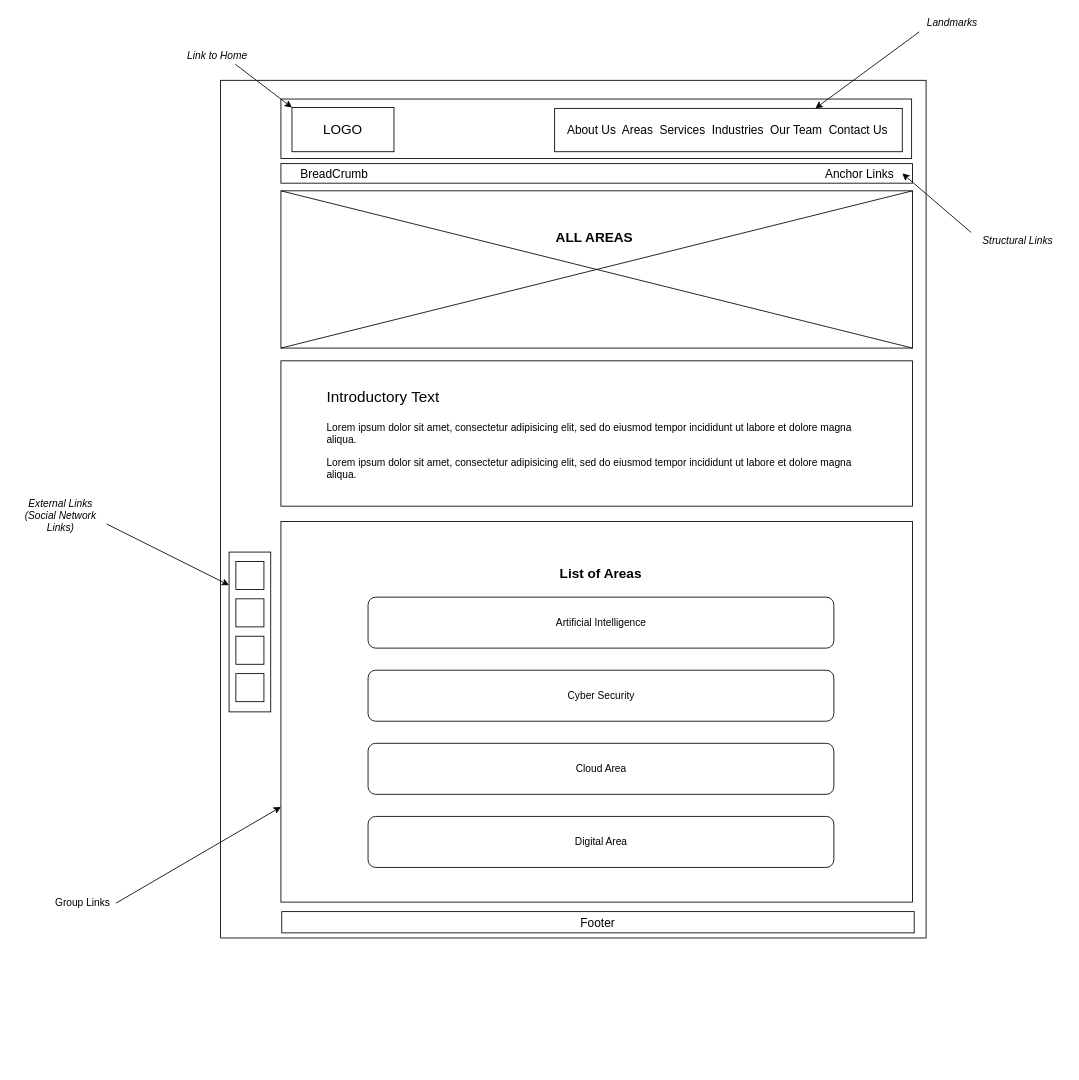
Before: Design Documents/Wireframes/AllAreas.drawio in manzomanze/HypermediaApplicationsProject-Manzella-Messuti-Pelagatti-Pellizzer, a draw.io diagram. Source tidied: cells renumbered, new cells numbered last; positions are measured from the earlier drawing's top-left corner, leaving out a move shared by most shapes. Both pictures are drawn from the tidied source at 85%, with x=0, y=0 at pixel (14, 14).
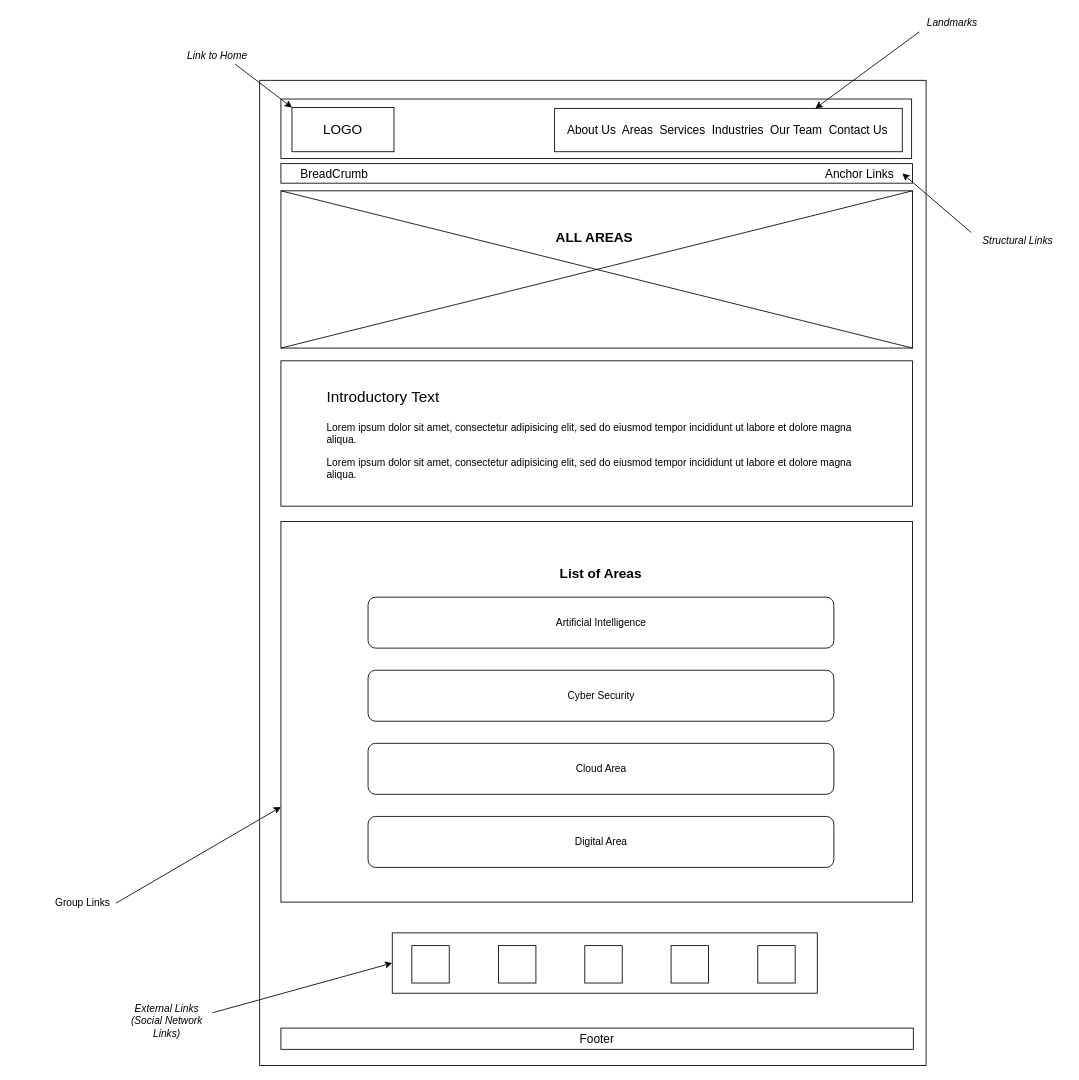
The same page after the edit.

The edit, as a diff of the source:
```diff
@@
     <mxCell id="2" style="rounded=0;whiteSpace=wrap;html=1;fillColor=none;" parent="1" vertex="1">
-      <mxGeometry x="242" y="77" width="830" height="1009" as="geometry" />
+      <mxGeometry x="288" y="77" width="784" height="1159" as="geometry" />
     </mxCell>
@@
     <mxCell id="24" value="&lt;font style=&quot;font-size: 14px&quot;&gt;Footer&lt;/font&gt;" style="rounded=0;whiteSpace=wrap;html=1;strokeColor=#000000;fillColor=none;" parent="1" vertex="1">
-      <mxGeometry x="314" y="1055" width="744" height="25" as="geometry" />
+      <mxGeometry x="313" y="1192" width="744" height="25" as="geometry" />
     </mxCell>
-    <mxCell id="25" style="rounded=0;whiteSpace=wrap;html=1;strokeColor=#000000;fillColor=none;" parent="1" vertex="1">
-      <mxGeometry x="252" y="632" width="49" height="188" as="geometry" />
-    </mxCell>
-    <mxCell id="26" style="whiteSpace=wrap;html=1;strokeColor=#000000;fillColor=none;" parent="1" vertex="1">
-      <mxGeometry x="260" y="643" width="33" height="33" as="geometry" />
-    </mxCell>
-    <mxCell id="27" style="whiteSpace=wrap;html=1;strokeColor=#000000;fillColor=none;" parent="1" vertex="1">
-      <mxGeometry x="260" y="687" width="33" height="33" as="geometry" />
-    </mxCell>
-    <mxCell id="28" style="whiteSpace=wrap;html=1;strokeColor=#000000;fillColor=none;" parent="1" vertex="1">
-      <mxGeometry x="260" y="731" width="33" height="33" as="geometry" />
-    </mxCell>
-    <mxCell id="29" style="whiteSpace=wrap;html=1;strokeColor=#000000;fillColor=none;" parent="1" vertex="1">
-      <mxGeometry x="260" y="775" width="33" height="33" as="geometry" />
-    </mxCell>
-    <mxCell id="30" value="&lt;i&gt;External Links (Social Network Links)&lt;/i&gt;" style="text;html=1;strokeColor=none;fillColor=none;align=center;verticalAlign=middle;whiteSpace=wrap;rounded=0;" parent="1" vertex="1">
-      <mxGeometry y="579" width="108" height="20" as="geometry" />
-    </mxCell>
-    <mxCell id="31" style="endArrow=classic;html=1;entryX=0;entryY=0.207;entryDx=0;entryDy=0;entryPerimeter=0;exitX=1;exitY=1;exitDx=0;exitDy=0;" parent="1" edge="1" source="30" target="25">
-      <mxGeometry relative="1" as="geometry" />
-    </mxCell>
@@
+    <mxCell id="30" value="&lt;i&gt;External Links (Social Network Links)&lt;/i&gt;" style="text;html=1;strokeColor=none;fillColor=none;align=center;verticalAlign=middle;whiteSpace=wrap;rounded=0;" parent="1" vertex="1">
+      <mxGeometry x="124.5" y="1174" width="108" height="20" as="geometry" />
+    </mxCell>
+    <mxCell id="39" style="whiteSpace=wrap;html=1;" parent="1" vertex="1">
+      <mxGeometry x="467" y="1095" width="44" height="44" as="geometry" />
+    </mxCell>
+    <mxCell id="40" style="whiteSpace=wrap;html=1;" parent="1" vertex="1">
+      <mxGeometry x="670.5" y="1095" width="44" height="44" as="geometry" />
+    </mxCell>
+    <mxCell id="41" style="whiteSpace=wrap;html=1;" parent="1" vertex="1">
+      <mxGeometry x="772" y="1095" width="44" height="44" as="geometry" />
+    </mxCell>
+    <mxCell id="42" style="whiteSpace=wrap;html=1;" parent="1" vertex="1">
+      <mxGeometry x="569" y="1095" width="44" height="44" as="geometry" />
+    </mxCell>
+    <mxCell id="43" style="whiteSpace=wrap;html=1;" parent="1" vertex="1">
+      <mxGeometry x="874" y="1095" width="44" height="44" as="geometry" />
+    </mxCell>
+    <mxCell id="44" style="rounded=0;whiteSpace=wrap;html=1;fillColor=none;" parent="1" vertex="1">
+      <mxGeometry x="444" y="1080" width="500" height="71" as="geometry" />
+    </mxCell>
+    <mxCell id="45" style="endArrow=classic;html=1;exitX=1;exitY=0;exitDx=0;exitDy=0;entryX=0;entryY=0.5;entryDx=0;entryDy=0;" parent="1" edge="1" source="30" target="44">
+      <mxGeometry relative="1" as="geometry" />
+    </mxCell>
```
